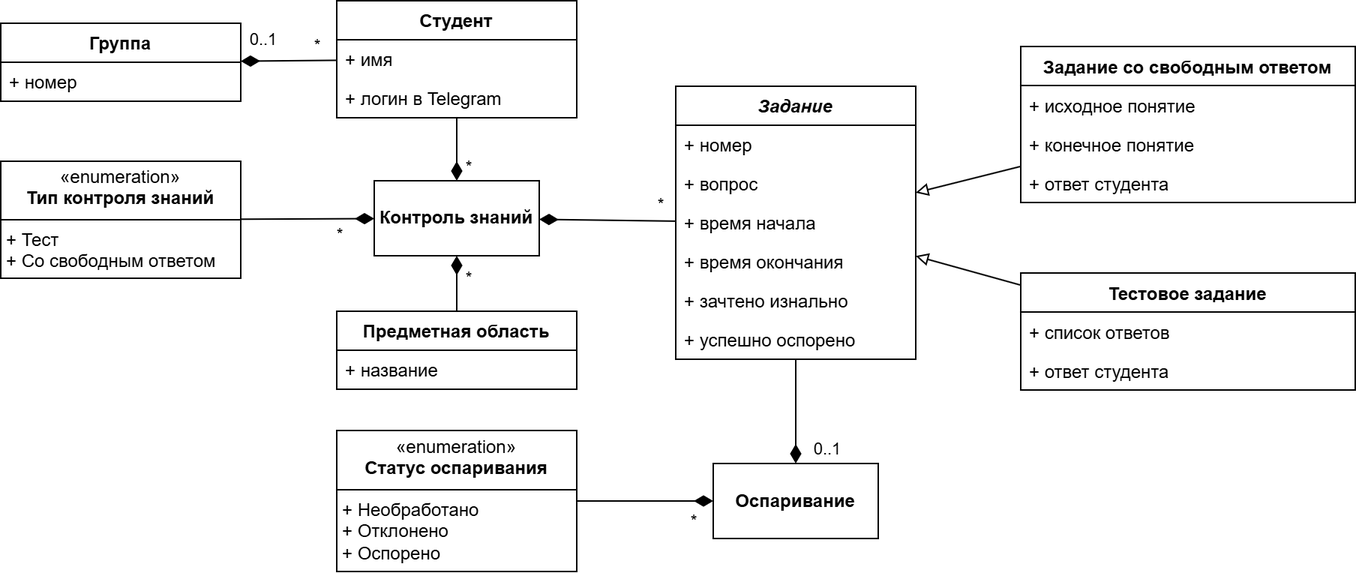
Earlier version of the draw.io export docs/diagrams/bot_domain.png (aVorotnikov/ontologer). Source tidied: cells renumbered, new cells last; positions are measured from the earlier drawing's top-left corner, leaving out a move shared by most shapes.
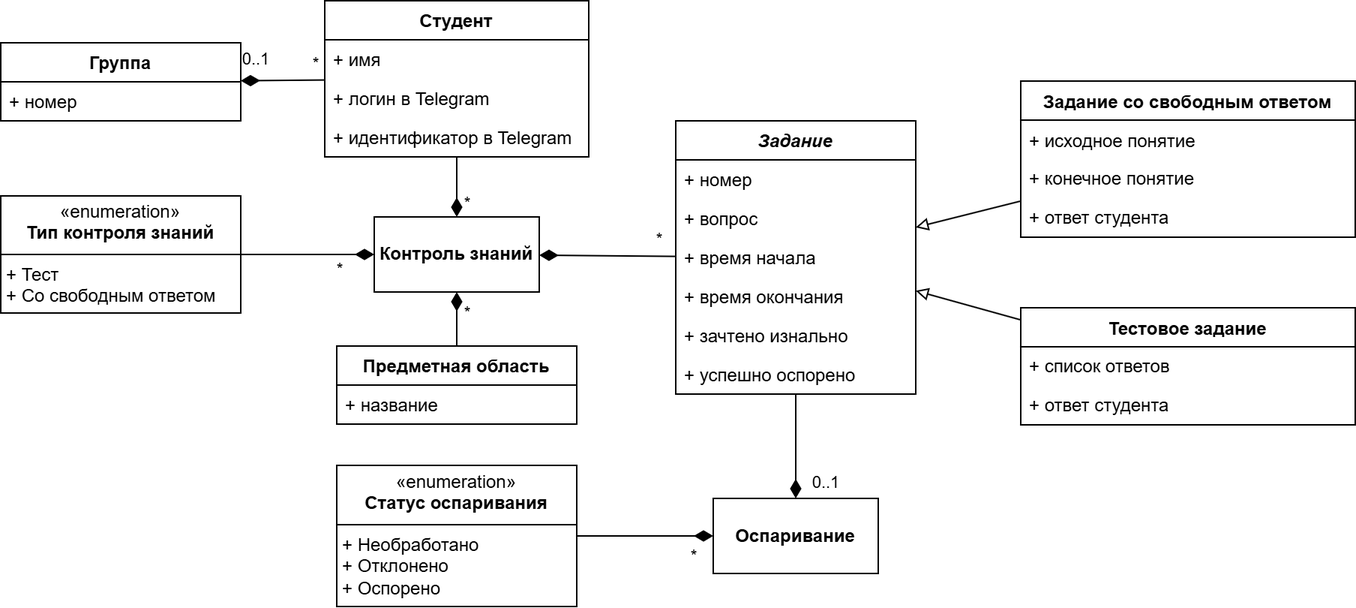
The same diagram one commit later.

Commit message:
Обновлены диаграммы

What changed in the source:
```diff
@@ -3,16 +3,19 @@
     <mxCell id="0" />
     <mxCell id="1" parent="0" />
     <mxCell id="2" value="Студент" style="swimlane;fontStyle=1;align=center;verticalAlign=top;horizontal=1;startSize=26;whiteSpace=wrap;html=1;" parent="1" vertex="1">
-      <mxGeometry x="224" width="160" height="78" as="geometry" />
+      <mxGeometry x="216" y="-23" width="176" height="104" as="geometry" />
     </mxCell>
     <mxCell id="3" value="+ имя" style="text;strokeColor=none;fillColor=none;align=left;verticalAlign=top;spacingLeft=4;spacingRight=4;overflow=hidden;whiteSpace=wrap;html=1;" parent="2" vertex="1">
-      <mxGeometry y="26" width="160" height="26" as="geometry" />
+      <mxGeometry y="26" width="176" height="26" as="geometry" />
     </mxCell>
     <mxCell id="4" value="+ логин в Telegram" style="text;strokeColor=none;fillColor=none;align=left;verticalAlign=top;spacingLeft=4;spacingRight=4;overflow=hidden;whiteSpace=wrap;html=1;" parent="2" vertex="1">
-      <mxGeometry y="52" width="160" height="26" as="geometry" />
+      <mxGeometry y="52" width="176" height="26" as="geometry" />
     </mxCell>
+    <mxCell id="44" value="+ идентификатор в Telegram" style="text;strokeColor=none;fillColor=none;align=left;verticalAlign=top;spacingLeft=4;spacingRight=4;overflow=hidden;whiteSpace=wrap;html=1;" parent="2" vertex="1">
+      <mxGeometry y="78" width="176" height="26" as="geometry" />
+    </mxCell>
     <mxCell id="5" value="Группа" style="swimlane;fontStyle=1;align=center;verticalAlign=top;horizontal=1;startSize=26;whiteSpace=wrap;html=1;" parent="1" vertex="1">
-      <mxGeometry y="15" width="160" height="52" as="geometry" />
+      <mxGeometry y="5" width="160" height="52" as="geometry" />
     </mxCell>
     <mxCell id="6" value="+ номер" style="text;strokeColor=none;fillColor=none;align=left;verticalAlign=top;spacingLeft=4;spacingRight=4;overflow=hidden;whiteSpace=wrap;html=1;" parent="5" vertex="1">
       <mxGeometry y="26" width="160" height="26" as="geometry" />
@@ -22,7 +25,7 @@
     </mxCell>
     <mxCell id="8" value="0..1" style="edgeLabel;html=1;align=center;verticalAlign=middle;" parent="7" vertex="1">
       <mxGeometry x="-0.85" y="1" relative="1" as="geometry">
-        <mxPoint x="-45" y="-15" as="offset" />
+        <mxPoint x="-42" y="-15" as="offset" />
       </mxGeometry>
     </mxCell>
     <mxCell id="9" value="*" style="edgeLabel;html=1;align=center;verticalAlign=middle;" parent="7" vertex="1">
@@ -142,7 +145,7 @@
       </mxGeometry>
     </mxCell>
     <mxCell id="43" value="&lt;b&gt;Контроль знаний&lt;/b&gt;" style="html=1;whiteSpace=wrap;" parent="1" vertex="1">
-      <mxGeometry x="249" y="120" width="110" height="50" as="geometry" />
+      <mxGeometry x="249" y="121" width="110" height="50" as="geometry" />
     </mxCell>
   </root>
 </mxGraphModel>
```
